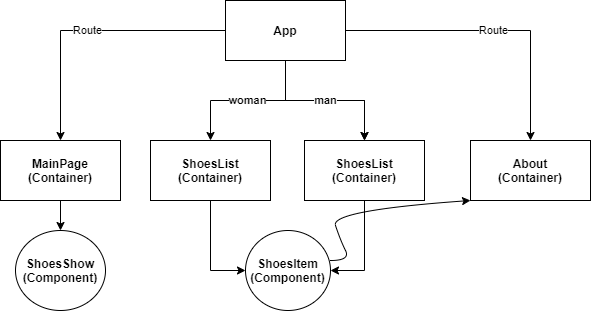
Earlier version of the draw.io export flowchart.png (MinsoftK/Astronaut-Shop). Source tidied: cells renumbered, new cells last; positions are measured from the earlier drawing's top-left corner, leaving out a move shared by most shapes.
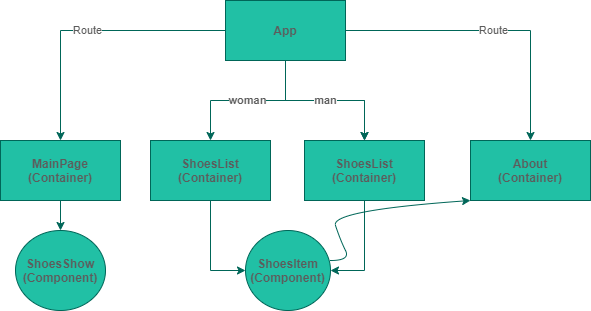
After the commit.

Diff of the diagram source:
```diff
@@ -2,58 +2,58 @@
   <root>
     <mxCell id="0" />
     <mxCell id="1" parent="0" />
-    <mxCell id="2" value="Route" style="edgeStyle=orthogonalEdgeStyle;rounded=0;jettySize=auto;html=1;entryX=0.5;entryY=0;entryDx=0;entryDy=0;" parent="1" edge="1" source="6" target="9">
+    <mxCell id="2" value="Route" style="edgeStyle=orthogonalEdgeStyle;rounded=0;jettySize=auto;html=1;entryX=0.5;entryY=0;entryDx=0;entryDy=0;strokeColor=#006658;fontColor=#5C5C5C;" parent="1" edge="1" source="6" target="9">
       <mxGeometry relative="1" as="geometry" />
     </mxCell>
-    <mxCell id="3" value="woman" style="edgeStyle=orthogonalEdgeStyle;rounded=0;jettySize=auto;html=1;fontStyle=1;" parent="1" edge="1" source="6" target="10">
+    <mxCell id="3" value="woman" style="edgeStyle=orthogonalEdgeStyle;rounded=0;jettySize=auto;html=1;fontStyle=1;strokeColor=#006658;fontColor=#5C5C5C;" parent="1" edge="1" source="6" target="10">
       <mxGeometry relative="1" as="geometry" />
     </mxCell>
-    <mxCell id="4" value="Route" style="edgeStyle=orthogonalEdgeStyle;rounded=0;jettySize=auto;html=1;" parent="1" edge="1" source="6" target="11">
+    <mxCell id="4" value="Route" style="edgeStyle=orthogonalEdgeStyle;rounded=0;jettySize=auto;html=1;strokeColor=#006658;fontColor=#5C5C5C;" parent="1" edge="1" source="6" target="11">
       <mxGeometry relative="1" as="geometry" />
     </mxCell>
-    <mxCell id="5" style="edgeStyle=orthogonalEdgeStyle;rounded=0;jettySize=auto;html=1;" parent="1" edge="1" source="6" target="14">
+    <mxCell id="5" style="edgeStyle=orthogonalEdgeStyle;rounded=0;jettySize=auto;html=1;strokeColor=#006658;fontColor=#5C5C5C;" parent="1" edge="1" source="6" target="14">
       <mxGeometry relative="1" as="geometry" />
     </mxCell>
-    <mxCell id="6" value="&lt;b&gt;App&lt;/b&gt;" style="rounded=0;whiteSpace=wrap;html=1;" parent="1" vertex="1">
+    <mxCell id="6" value="&lt;b&gt;App&lt;/b&gt;" style="rounded=0;whiteSpace=wrap;html=1;fillColor=#21C0A5;strokeColor=#006658;fontColor=#5C5C5C;" parent="1" vertex="1">
       <mxGeometry x="225" width="120" height="60" as="geometry" />
     </mxCell>
-    <mxCell id="7" style="edgeStyle=orthogonalEdgeStyle;rounded=0;orthogonalLoop=1;jettySize=auto;html=1;exitX=0.5;exitY=1;exitDx=0;exitDy=0;" parent="1" edge="1">
+    <mxCell id="7" style="edgeStyle=orthogonalEdgeStyle;rounded=0;orthogonalLoop=1;jettySize=auto;html=1;exitX=0.5;exitY=1;exitDx=0;exitDy=0;strokeColor=#006658;fontColor=#5C5C5C;" parent="1" edge="1">
       <mxGeometry relative="1" as="geometry">
         <mxPoint x="285" y="300" as="sourcePoint" />
         <mxPoint x="285" y="300" as="targetPoint" />
       </mxGeometry>
     </mxCell>
-    <mxCell id="8" style="edgeStyle=orthogonalEdgeStyle;rounded=0;jettySize=auto;html=1;" parent="1" edge="1" source="9" target="13">
+    <mxCell id="8" style="edgeStyle=orthogonalEdgeStyle;rounded=0;jettySize=auto;html=1;strokeColor=#006658;fontColor=#5C5C5C;" parent="1" edge="1" source="9" target="13">
       <mxGeometry relative="1" as="geometry" />
     </mxCell>
-    <mxCell id="9" value="MainPage&lt;br&gt;(Container)" style="rounded=0;whiteSpace=wrap;html=1;verticalAlign=middle;fontStyle=1;" parent="1" vertex="1">
+    <mxCell id="9" value="MainPage&lt;br&gt;(Container)" style="rounded=0;whiteSpace=wrap;html=1;verticalAlign=middle;fontStyle=1;fillColor=#21C0A5;strokeColor=#006658;fontColor=#5C5C5C;" parent="1" vertex="1">
       <mxGeometry y="140" width="120" height="60" as="geometry" />
     </mxCell>
-    <mxCell id="10" value="ShoesList&lt;br&gt;(Container)" style="rounded=0;whiteSpace=wrap;html=1;verticalAlign=middle;fontStyle=1;" parent="1" vertex="1">
+    <mxCell id="10" value="ShoesList&lt;br&gt;(Container)" style="rounded=0;whiteSpace=wrap;html=1;verticalAlign=middle;fontStyle=1;fillColor=#21C0A5;strokeColor=#006658;fontColor=#5C5C5C;" parent="1" vertex="1">
       <mxGeometry x="150" y="140" width="120" height="60" as="geometry" />
     </mxCell>
-    <mxCell id="11" value="About&lt;br&gt;(Container)" style="rounded=0;whiteSpace=wrap;html=1;verticalAlign=middle;fontStyle=1;" parent="1" vertex="1">
+    <mxCell id="11" value="About&lt;br&gt;(Container)" style="rounded=0;whiteSpace=wrap;html=1;verticalAlign=middle;fontStyle=1;fillColor=#21C0A5;strokeColor=#006658;fontColor=#5C5C5C;" parent="1" vertex="1">
       <mxGeometry x="470" y="140" width="120" height="60" as="geometry" />
     </mxCell>
-    <mxCell id="12" value="ShoesItem&lt;br&gt;(Component)" style="ellipse;whiteSpace=wrap;html=1;verticalAlign=middle;fontStyle=1;" parent="1" vertex="1">
+    <mxCell id="12" value="ShoesItem&lt;br&gt;(Component)" style="ellipse;whiteSpace=wrap;html=1;verticalAlign=middle;fontStyle=1;fillColor=#21C0A5;strokeColor=#006658;fontColor=#5C5C5C;" parent="1" vertex="1">
       <mxGeometry x="245" y="230" width="85" height="80" as="geometry" />
     </mxCell>
-    <mxCell id="13" value="ShoesShow&lt;br&gt;(Component)" style="ellipse;whiteSpace=wrap;html=1;verticalAlign=middle;fontStyle=1;" parent="1" vertex="1">
+    <mxCell id="13" value="ShoesShow&lt;br&gt;(Component)" style="ellipse;whiteSpace=wrap;html=1;verticalAlign=middle;fontStyle=1;fillColor=#21C0A5;strokeColor=#006658;fontColor=#5C5C5C;" parent="1" vertex="1">
       <mxGeometry x="15" y="230" width="90" height="80" as="geometry" />
     </mxCell>
-    <mxCell id="14" value="ShoesList&lt;br&gt;(Container)" style="rounded=0;whiteSpace=wrap;html=1;verticalAlign=middle;fontStyle=1;" parent="1" vertex="1">
+    <mxCell id="14" value="ShoesList&lt;br&gt;(Container)" style="rounded=0;whiteSpace=wrap;html=1;verticalAlign=middle;fontStyle=1;fillColor=#21C0A5;strokeColor=#006658;fontColor=#5C5C5C;" parent="1" vertex="1">
       <mxGeometry x="304" y="140" width="120" height="60" as="geometry" />
     </mxCell>
-    <mxCell id="15" value="man" style="edgeStyle=orthogonalEdgeStyle;rounded=0;jettySize=auto;html=1;exitX=0.5;exitY=1;exitDx=0;exitDy=0;entryX=0.5;entryY=0;entryDx=0;entryDy=0;fontStyle=1;" parent="1" edge="1" source="6" target="14">
+    <mxCell id="15" value="man" style="edgeStyle=orthogonalEdgeStyle;rounded=0;jettySize=auto;html=1;exitX=0.5;exitY=1;exitDx=0;exitDy=0;entryX=0.5;entryY=0;entryDx=0;entryDy=0;fontStyle=1;strokeColor=#006658;fontColor=#5C5C5C;" parent="1" edge="1" source="6" target="14">
       <mxGeometry relative="1" as="geometry" />
     </mxCell>
-    <mxCell id="16" style="edgeStyle=orthogonalEdgeStyle;rounded=0;jettySize=auto;html=1;exitX=0.5;exitY=1;exitDx=0;exitDy=0;entryX=0;entryY=0.5;entryDx=0;entryDy=0;" parent="1" edge="1" source="10" target="12">
+    <mxCell id="16" style="edgeStyle=orthogonalEdgeStyle;rounded=0;jettySize=auto;html=1;exitX=0.5;exitY=1;exitDx=0;exitDy=0;entryX=0;entryY=0.5;entryDx=0;entryDy=0;strokeColor=#006658;fontColor=#5C5C5C;" parent="1" edge="1" source="10" target="12">
       <mxGeometry relative="1" as="geometry" />
     </mxCell>
-    <mxCell id="17" style="edgeStyle=orthogonalEdgeStyle;rounded=0;jettySize=auto;html=1;exitX=0.5;exitY=1;exitDx=0;exitDy=0;entryX=1;entryY=0.5;entryDx=0;entryDy=0;" parent="1" edge="1" source="14" target="12">
+    <mxCell id="17" style="edgeStyle=orthogonalEdgeStyle;rounded=0;jettySize=auto;html=1;exitX=0.5;exitY=1;exitDx=0;exitDy=0;entryX=1;entryY=0.5;entryDx=0;entryDy=0;strokeColor=#006658;fontColor=#5C5C5C;" parent="1" edge="1" source="14" target="12">
       <mxGeometry relative="1" as="geometry" />
     </mxCell>
-    <mxCell id="18" style="curved=1;endArrow=classic;html=1;entryX=0;entryY=1;entryDx=0;entryDy=0;" parent="1" edge="1" target="11">
+    <mxCell id="18" style="curved=1;endArrow=classic;html=1;entryX=0;entryY=1;entryDx=0;entryDy=0;strokeColor=#006658;fontColor=#5C5C5C;" parent="1" edge="1" target="11">
       <mxGeometry relative="1" as="geometry">
         <mxPoint x="330" y="260" as="sourcePoint" />
         <Array as="points">
```
